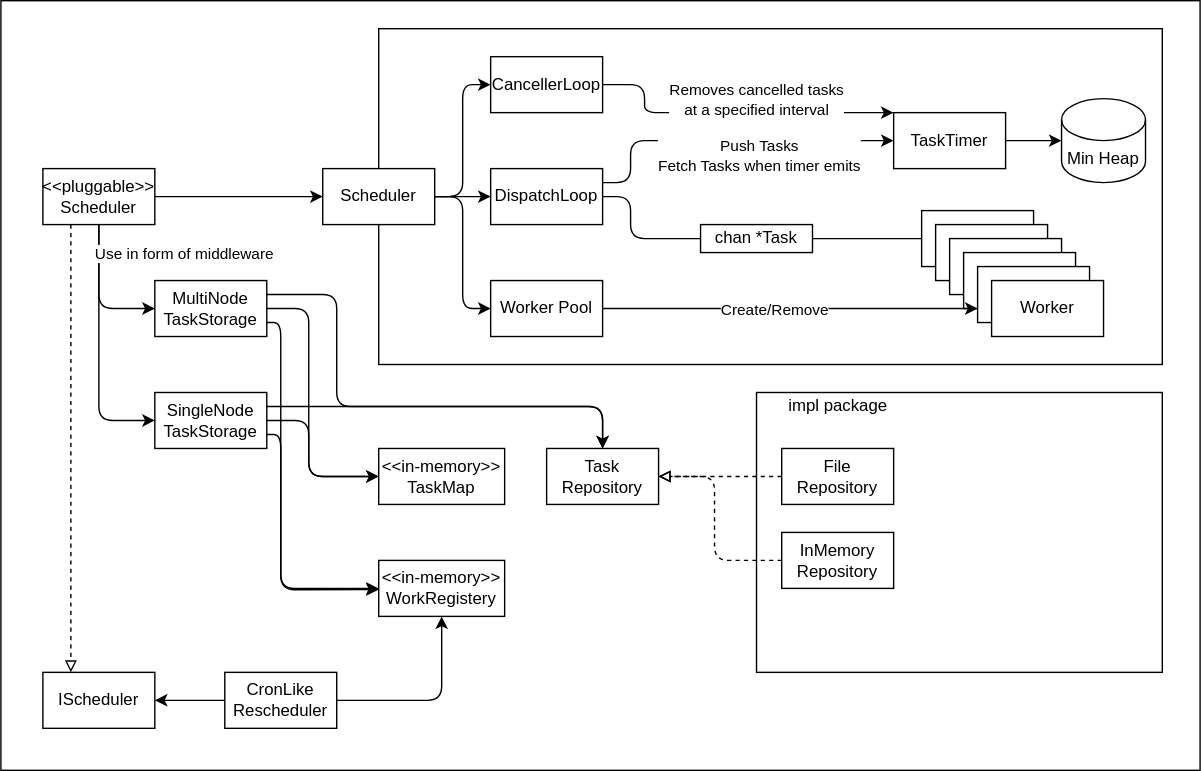
The draw.io diagram arch.drawio.svg in ngicks/gokugen, before a commit. Source tidied: cells renumbered, new cells last; positions are measured from the earlier drawing's top-left corner, leaving out a move shared by most shapes.
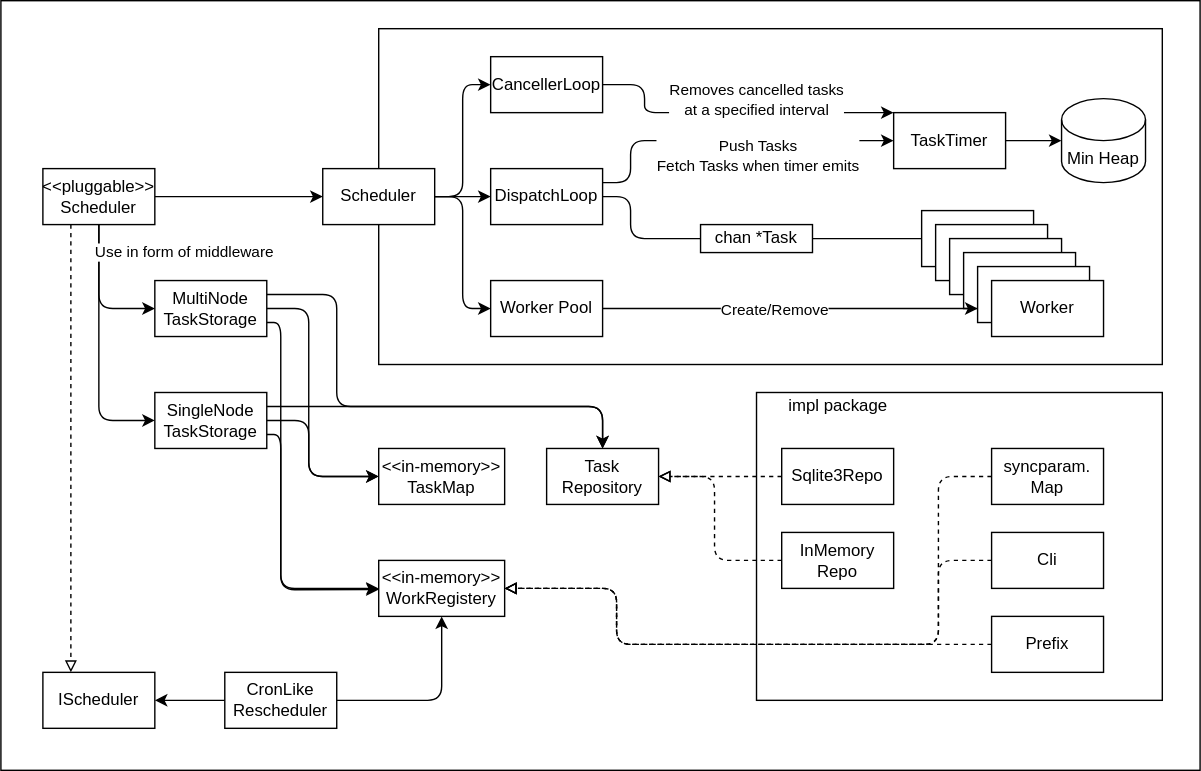
Later version of the same file.

Change to the diagram source:
```diff
@@ -6,7 +6,7 @@
       <mxGeometry width="857" height="550" as="geometry" />
     </mxCell>
     <mxCell id="3" style="rounded=0;whiteSpace=wrap;html=1;align=center;" parent="1" vertex="1">
-      <mxGeometry x="540" y="280" width="290" height="200" as="geometry" />
+      <mxGeometry x="540" y="280" width="290" height="220" as="geometry" />
     </mxCell>
     <mxCell id="4" style="rounded=0;whiteSpace=wrap;html=1;" parent="1" vertex="1">
       <mxGeometry x="270" y="20" width="560" height="240" as="geometry" />
@@ -228,7 +228,7 @@
     <mxCell id="50" style="edgeStyle=none;html=1;entryX=1;entryY=0.5;entryDx=0;entryDy=0;endArrow=block;endFill=0;dashed=1;" parent="1" edge="1" source="51" target="24">
       <mxGeometry relative="1" as="geometry" />
     </mxCell>
-    <mxCell id="51" value="File Repository" style="rounded=0;whiteSpace=wrap;html=1;" parent="1" vertex="1">
+    <mxCell id="51" value="Sqlite3Repo" style="rounded=0;whiteSpace=wrap;html=1;" parent="1" vertex="1">
       <mxGeometry x="558" y="320" width="80" height="40" as="geometry" />
     </mxCell>
     <mxCell id="52" value="impl package" style="text;html=1;strokeColor=none;fillColor=none;align=center;verticalAlign=middle;whiteSpace=wrap;rounded=0;" parent="1" vertex="1">
@@ -242,11 +242,48 @@
         </Array>
       </mxGeometry>
     </mxCell>
-    <mxCell id="54" value="InMemory&lt;br&gt;Repository" style="rounded=0;whiteSpace=wrap;html=1;" parent="1" vertex="1">
+    <mxCell id="54" value="InMemory&lt;br&gt;Repo" style="rounded=0;whiteSpace=wrap;html=1;" parent="1" vertex="1">
       <mxGeometry x="558" y="380" width="80" height="40" as="geometry" />
     </mxCell>
     <mxCell id="55" value="IScheduler" style="rounded=0;whiteSpace=wrap;html=1;" parent="1" vertex="1">
       <mxGeometry x="30" y="480" width="80" height="40" as="geometry" />
     </mxCell>
+    <mxCell id="56" style="edgeStyle=none;html=1;entryX=1;entryY=0.5;entryDx=0;entryDy=0;dashed=1;endArrow=block;endFill=0;" parent="1" edge="1" source="57" target="23">
+      <mxGeometry relative="1" as="geometry">
+        <Array as="points">
+          <mxPoint x="670" y="340" />
+          <mxPoint x="670" y="460" />
+          <mxPoint x="440" y="460" />
+          <mxPoint x="440" y="420" />
+        </Array>
+      </mxGeometry>
+    </mxCell>
+    <mxCell id="57" value="syncparam.&lt;br&gt;Map" style="rounded=0;whiteSpace=wrap;html=1;" parent="1" vertex="1">
+      <mxGeometry x="708" y="320" width="80" height="40" as="geometry" />
+    </mxCell>
+    <mxCell id="58" style="edgeStyle=none;html=1;entryX=1;entryY=0.5;entryDx=0;entryDy=0;dashed=1;endArrow=block;endFill=0;" parent="1" edge="1" source="59" target="23">
+      <mxGeometry relative="1" as="geometry">
+        <Array as="points">
+          <mxPoint x="670" y="400" />
+          <mxPoint x="670" y="460" />
+          <mxPoint x="440" y="460" />
+          <mxPoint x="440" y="420" />
+        </Array>
+      </mxGeometry>
+    </mxCell>
+    <mxCell id="59" value="Cli" style="rounded=0;whiteSpace=wrap;html=1;" parent="1" vertex="1">
+      <mxGeometry x="708" y="380" width="80" height="40" as="geometry" />
+    </mxCell>
+    <mxCell id="60" style="edgeStyle=none;html=1;entryX=1;entryY=0.5;entryDx=0;entryDy=0;dashed=1;endArrow=block;endFill=0;" parent="1" edge="1" source="61" target="23">
+      <mxGeometry relative="1" as="geometry">
+        <Array as="points">
+          <mxPoint x="440" y="460" />
+          <mxPoint x="440" y="420" />
+        </Array>
+      </mxGeometry>
+    </mxCell>
+    <mxCell id="61" value="Prefix" style="rounded=0;whiteSpace=wrap;html=1;" parent="1" vertex="1">
+      <mxGeometry x="708" y="440" width="80" height="40" as="geometry" />
+    </mxCell>
   </root>
 </mxGraphModel>
```
